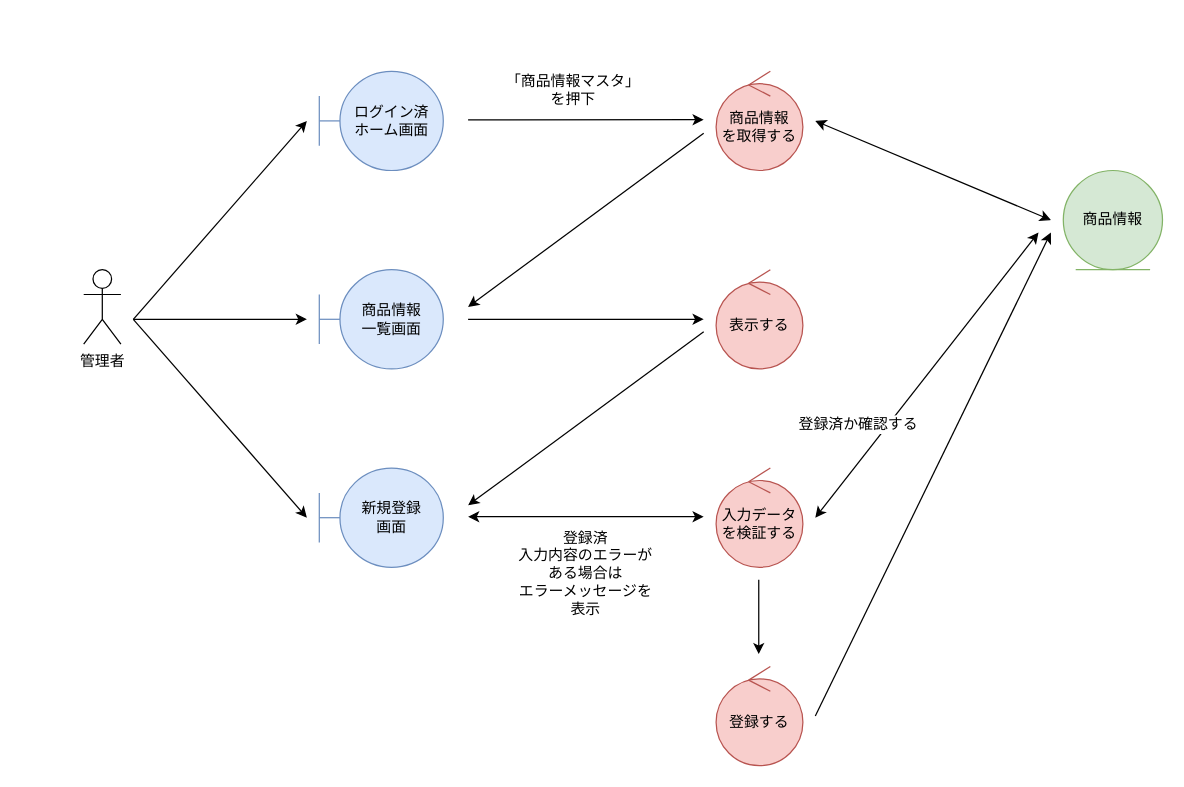
Earlier version of the draw.io diagram page "*商品情報管理_登録" (1 of 4) of 各種設計書/3ロバストネス図/マスタ管理/4.商品情報マスタ.drawio (HaruShim/Sotuken). Source tidied: cells renumbered, new cells numbered last; positions are measured from the earlier drawing's top-left corner, leaving out a move shared by most shapes. Both pictures are drawn from the tidied source at 124%, with x=0, y=0 at pixel (83, 71).
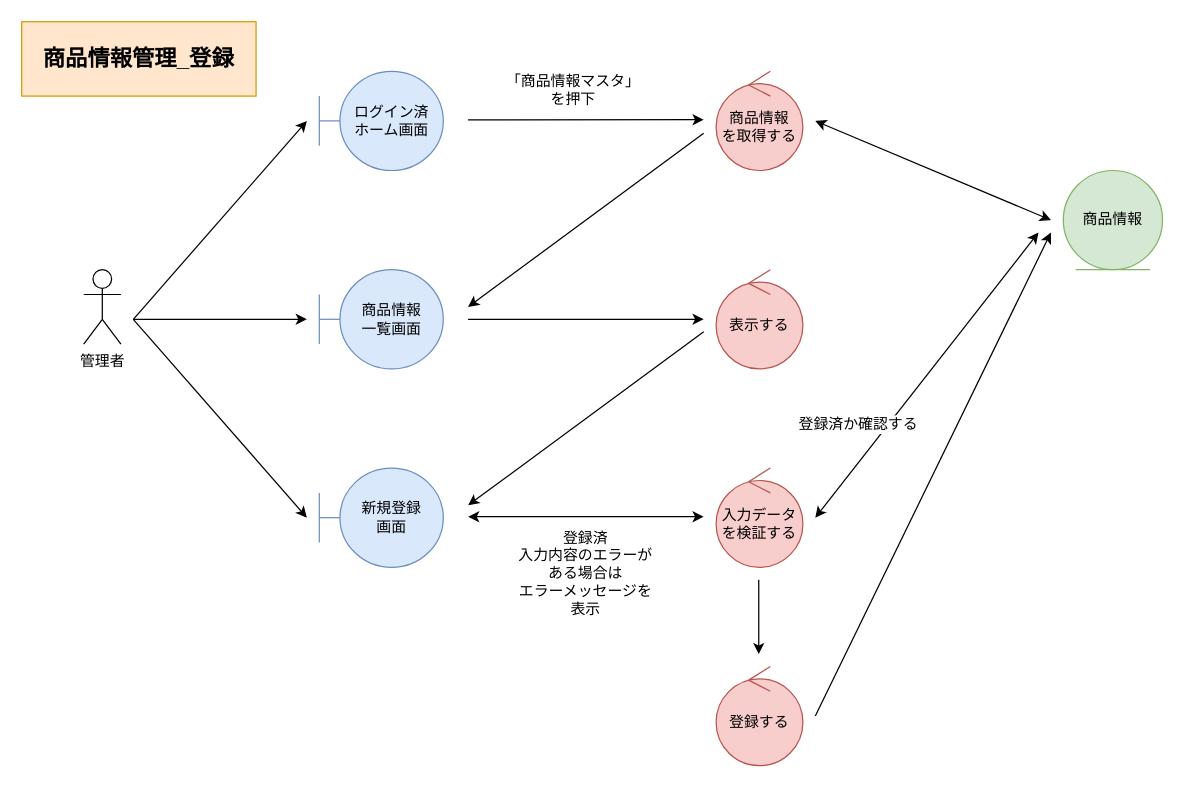
The same page after the edit.

Diff of the diagram source:
```diff
@@
+    <mxCell id="26" value="商品情報管理_登録" style="rounded=0;whiteSpace=wrap;html=1;fillColor=#ffe6cc;strokeColor=#d79b00;fontStyle=1;fontSize=18;" parent="1" vertex="1">
+      <mxGeometry x="-50" y="-40" width="189" height="60" as="geometry" />
+    </mxCell>
```
